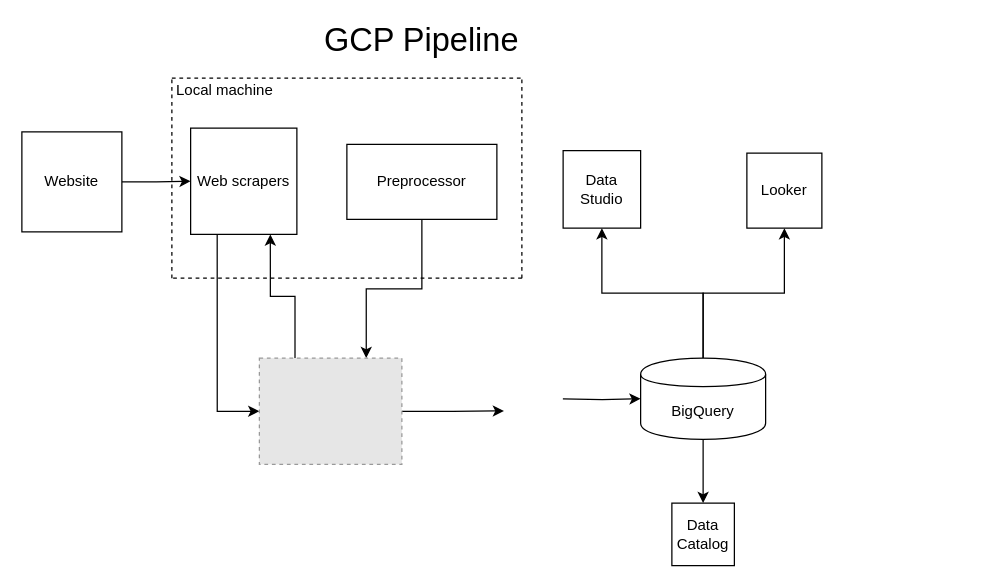
This is GCP_pipeline/gcp_solution.dio from felipedmnq/rent-houses--germany, a draw.io file, before an edit. Source tidied: cells renumbered, new cells numbered last; positions are measured from the earlier drawing's top-left corner, leaving out a move shared by most shapes. Both pictures are drawn from the tidied source at 125%, with x=0, y=0 at pixel (21, 28). Pictures stored in the file or linked from it are replaced by grey dashed boxes.
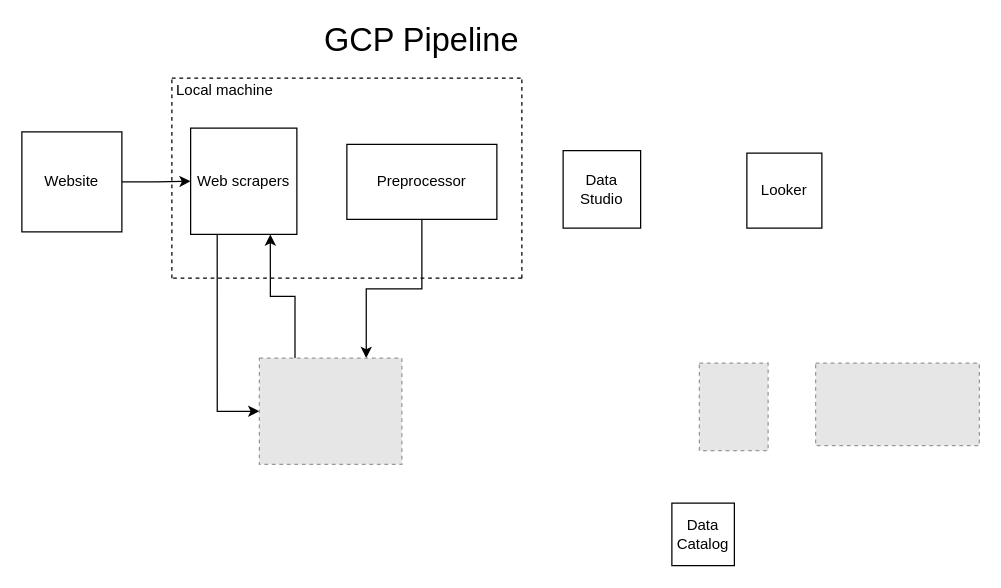
After the change.

The change refers to these unchanged cells:
```xml
<mxCell id="15" value="Data Studio" style="whiteSpace=wrap;html=1;" parent="1" vertex="1">
  <mxGeometry x="433" y="98" width="62" height="62" as="geometry" />
</mxCell>
<mxCell id="19" value="Data Catalog" style="whiteSpace=wrap;html=1;" parent="1" vertex="1">
  <mxGeometry x="520" y="380" width="50" height="50" as="geometry" />
</mxCell>
<mxCell id="20" value="Looker" style="whiteSpace=wrap;html=1;" parent="1" vertex="1">
  <mxGeometry x="580" y="100" width="60" height="60" as="geometry" />
</mxCell>
<mxCell id="25" style="fillColor=#E6E6E6;strokeColor=#999999;dashed=1;verticalLabelPosition=bottom;verticalAlign=top;fontSize=12;" parent="1" vertex="1">
  <mxGeometry x="190" y="264" width="114" height="85" as="geometry" />
</mxCell>
```

The edit, as a diff of the source:
```diff
@@
-    <mxCell id="11" style="edgeStyle=orthogonalEdgeStyle;rounded=0;html=1;exitX=0.5;exitY=0;entryX=0.5;entryY=1;jettySize=auto;" parent="1" edge="1" source="14" target="15">
-      <mxGeometry relative="1" as="geometry" />
-    </mxCell>
-    <mxCell id="12" style="edgeStyle=orthogonalEdgeStyle;rounded=0;html=1;exitX=0.5;exitY=1;entryX=0.5;entryY=0;jettySize=auto;" parent="1" edge="1" source="14" target="19">
-      <mxGeometry relative="1" as="geometry" />
-    </mxCell>
-    <mxCell id="13" style="edgeStyle=orthogonalEdgeStyle;rounded=0;html=1;exitX=0.5;exitY=0;entryX=0.5;entryY=1;jettySize=auto;" parent="1" edge="1" source="14" target="20">
-      <mxGeometry relative="1" as="geometry" />
-    </mxCell>
-    <mxCell id="14" value="BigQuery" style="shape=cylinder;whiteSpace=wrap;html=1;boundedLbl=1;" parent="1" vertex="1">
-      <mxGeometry x="495" y="264" width="100" height="65" as="geometry" />
-    </mxCell>
@@
-    <mxCell id="18" style="edgeStyle=orthogonalEdgeStyle;rounded=0;html=1;exitX=1;exitY=0.5;entryX=0;entryY=0.5;jettySize=auto;" parent="1" edge="1" target="14">
-      <mxGeometry relative="1" as="geometry">
-        <mxPoint x="432.8" y="296.6" as="sourcePoint" />
-      </mxGeometry>
-    </mxCell>
@@
-    <mxCell id="24" style="edgeStyle=orthogonalEdgeStyle;rounded=0;html=1;exitX=1;exitY=0.5;jettySize=auto;fontSize=12;" parent="1" edge="1" source="25">
-      <mxGeometry relative="1" as="geometry">
-        <mxPoint x="385.7" y="306.2" as="targetPoint" />
-      </mxGeometry>
-    </mxCell>
@@
+    <mxCell id="26" style="fillColor=#E6E6E6;strokeColor=#999999;dashed=1;verticalLabelPosition=bottom;verticalAlign=top;fontSize=12;" parent="1" vertex="1">
+      <mxGeometry x="542" y="268" width="55" height="70" as="geometry" />
+    </mxCell>
+    <mxCell id="27" style="fillColor=#E6E6E6;strokeColor=#999999;dashed=1;verticalLabelPosition=bottom;verticalAlign=top;fontSize=12;" parent="1" vertex="1">
+      <mxGeometry x="635" y="268" width="131" height="66" as="geometry" />
+    </mxCell>
```
